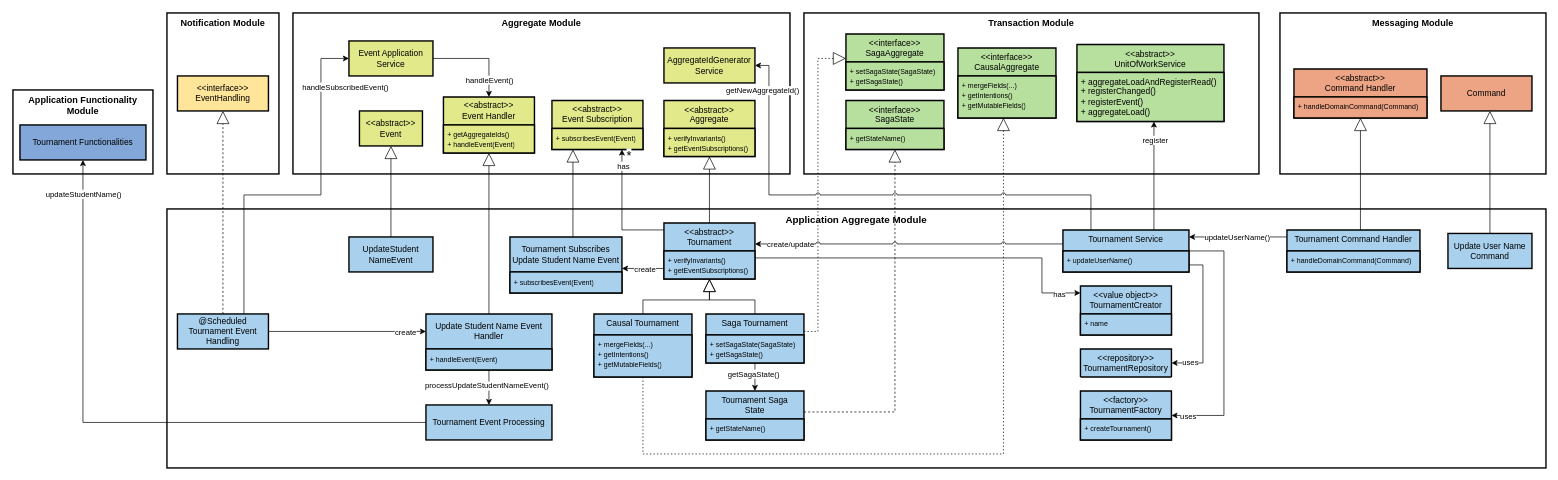
This is data/figs/architecture/layers/layers_app_aggregate.drawio from socialsoftware/microservices-simulator, a draw.io file, before an edit. Source tidied: cells renumbered, new cells numbered last; positions are measured from the earlier drawing's top-left corner, leaving out a move shared by most shapes. Both pictures are drawn from the tidied source at 70%, with x=0, y=0 at pixel (13, 13).
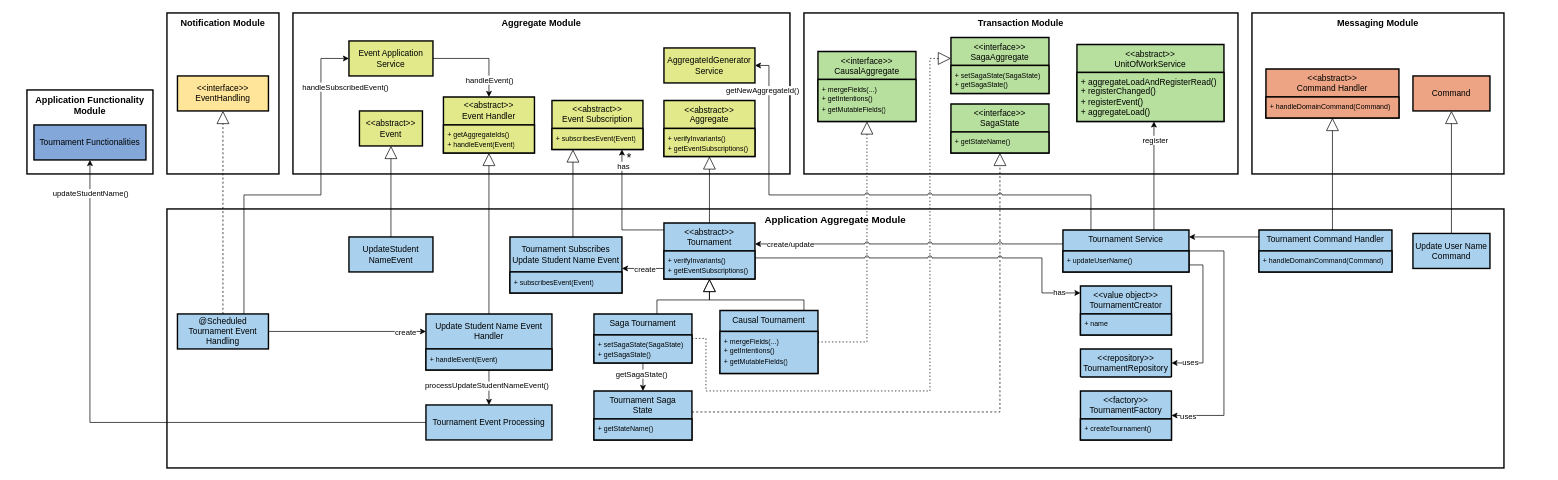
The same diagram, later.

The change refers to these unchanged cells:
```xml
<mxCell id="26" value="@Scheduled&#10;Tournament Event Handling" style="whiteSpace=wrap;strokeWidth=2;fillColor=#A9D1EE;strokeColor=#000000;labelBackgroundColor=none;fontColor=default;textShadow=0;labelBorderColor=none;" parent="1" vertex="1">
  <mxGeometry x="235" y="430" width="130" height="50" as="geometry" />
</mxCell>
<mxCell id="41" style="edgeStyle=orthogonalEdgeStyle;rounded=0;jettySize=auto;html=1;jumpStyle=arc;" parent="1" edge="1" source="87" target="85">
  <mxGeometry relative="1" as="geometry">
    <Array as="points">
      <mxPoint x="1760" y="320" />
      <mxPoint x="1760" y="320" />
    </Array>
  </mxGeometry>
</mxCell>
<mxCell id="45" value="&amp;lt;&amp;lt;abstract&amp;gt;&amp;gt;&lt;div&gt;Event Handler&lt;/div&gt;" style="swimlane;fontStyle=0;horizontal=1;startSize=40;whiteSpace=wrap;html=1;strokeWidth=2;fillColor=#E1E98B;" parent="1" vertex="1">
  <mxGeometry x="615" y="120" width="130" height="80" as="geometry" />
</mxCell>
<mxCell id="47" value="Update Student Name Event Handler" style="swimlane;fontStyle=0;horizontal=1;startSize=50;whiteSpace=wrap;html=1;strokeWidth=2;fillColor=#A9D1EE;" parent="1" vertex="1">
  <mxGeometry x="590" y="430" width="180" height="80" as="geometry" />
</mxCell>
<mxCell id="51" value="Tournament Subscribes Update Student Name Event" style="swimlane;fontStyle=0;horizontal=1;startSize=50;whiteSpace=wrap;html=1;strokeWidth=2;fillColor=#A9D1EE;" parent="1" vertex="1">
  <mxGeometry x="710" y="320" width="160" height="80" as="geometry" />
</mxCell>
<mxCell id="55" value="Event Application Service" style="whiteSpace=wrap;strokeWidth=2;fillColor=#E1E98B;strokeColor=#000000;" parent="1" vertex="1">
  <mxGeometry x="480" y="40" width="120" height="50" as="geometry" />
</mxCell>
<mxCell id="58" style="edgeStyle=orthogonalEdgeStyle;rounded=0;jettySize=auto;html=1;jumpStyle=arc;" parent="1" edge="1" source="65" target="49">
  <mxGeometry relative="1" as="geometry">
    <Array as="points">
      <mxPoint x="870" y="310" />
    </Array>
  </mxGeometry>
</mxCell>
<mxCell id="65" value="&amp;lt;&amp;lt;abstract&amp;gt;&amp;gt;&lt;div&gt;Tournament&lt;/div&gt;" style="swimlane;fontStyle=0;horizontal=1;startSize=40;whiteSpace=wrap;html=1;strokeWidth=2;fillColor=#A9D1EE;verticalAlign=top;" parent="1" vertex="1">
  <mxGeometry x="930" y="300" width="130" height="80" as="geometry" />
</mxCell>
<mxCell id="85" value="Tournament Service" style="swimlane;fontStyle=0;horizontal=1;startSize=30;whiteSpace=wrap;html=1;strokeWidth=2;fillColor=#A9D1EE;verticalAlign=top;" parent="1" vertex="1">
  <mxGeometry x="1500" y="310" width="180" height="60" as="geometry" />
</mxCell>
<mxCell id="93" value="&amp;lt;&amp;lt;value object&amp;gt;&amp;gt;&lt;div&gt;TournamentCreator&lt;/div&gt;" style="swimlane;fontStyle=0;horizontal=1;startSize=40;whiteSpace=wrap;html=1;strokeWidth=2;fillColor=#A9D1EE;verticalAlign=top;" parent="1" vertex="1">
  <mxGeometry x="1525" y="390" width="130" height="70" as="geometry" />
</mxCell>
<mxCell id="95" value="&amp;lt;&amp;lt;repository&amp;gt;&amp;gt;&lt;div&gt;TournamentRepository&lt;/div&gt;" style="swimlane;fontStyle=0;horizontal=1;startSize=40;whiteSpace=wrap;html=1;strokeWidth=2;fillColor=#A9D1EE;verticalAlign=top;" parent="1" vertex="1">
  <mxGeometry x="1525" y="480" width="130" height="40" as="geometry" />
</mxCell>
<mxCell id="96" value="&amp;lt;&amp;lt;factory&amp;gt;&amp;gt;&lt;div&gt;TournamentFactory&lt;/div&gt;" style="swimlane;fontStyle=0;horizontal=1;startSize=40;whiteSpace=wrap;html=1;strokeWidth=2;fillColor=#A9D1EE;verticalAlign=top;" parent="1" vertex="1">
  <mxGeometry x="1525" y="540" width="130" height="70" as="geometry" />
</mxCell>
```

What changed in the source:
```diff
@@
     <mxCell id="2" value="Application Functionality Module" style="whiteSpace=wrap;strokeWidth=2;verticalAlign=top;fontSize=13;fontStyle=1;" parent="1" vertex="1">
-      <mxGeometry y="110" width="200" height="120" as="geometry" />
+      <mxGeometry x="20" y="110" width="180" height="120" as="geometry" />
     </mxCell>
     <mxCell id="3" value="Tournament Functionalities" style="whiteSpace=wrap;strokeWidth=2;fillColor=#82A7D8;strokeColor=#000000;labelBackgroundColor=none;fontColor=default;textShadow=0;labelBorderColor=none;" parent="1" vertex="1">
-      <mxGeometry x="10" y="160" width="180" height="50" as="geometry" />
+      <mxGeometry x="30" y="160" width="160" height="50" as="geometry" />
     </mxCell>
@@
     <mxCell id="5" value="Transaction Module" style="whiteSpace=wrap;strokeWidth=2;verticalAlign=top;fontSize=13;fontStyle=1;" parent="1" vertex="1">
-      <mxGeometry x="1130" width="650" height="230" as="geometry" />
+      <mxGeometry x="1130" width="620" height="230" as="geometry" />
     </mxCell>
@@
     <mxCell id="7" value="Application Aggregate Module" style="whiteSpace=wrap;strokeWidth=2;verticalAlign=top;fontSize=14;fontStyle=1;" parent="1" vertex="1">
-      <mxGeometry x="220" y="280" width="1970" height="370" as="geometry" />
+      <mxGeometry x="220" y="280" width="1910" height="370" as="geometry" />
     </mxCell>
@@
     <mxCell id="12" style="startArrow=none;endArrow=block;rounded=0;edgeStyle=orthogonalEdgeStyle;endFill=0;jumpSize=6;endSize=16;jumpStyle=arc;" parent="1" edge="1" source="67">
       <mxGeometry relative="1" as="geometry">
         <mxPoint x="995" y="380" as="targetPoint" />
         <Array as="points">
-          <mxPoint x="1060" y="410" />
+          <mxPoint x="920" y="410" />
           <mxPoint x="995" y="410" />
         </Array>
       </mxGeometry>
     </mxCell>
     <mxCell id="13" style="startArrow=none;endArrow=block;rounded=0;edgeStyle=orthogonalEdgeStyle;endFill=0;jumpSize=16;endSize=16;jumpStyle=arc;" parent="1" edge="1" source="69" target="65">
       <mxGeometry relative="1" as="geometry">
         <Array as="points">
-          <mxPoint x="900" y="410" />
+          <mxPoint x="1130" y="410" />
           <mxPoint x="995" y="410" />
         </Array>
       </mxGeometry>
     </mxCell>
-    <mxCell id="14" style="dashed=1;dashPattern=2 3;startArrow=none;endArrow=block;rounded=0;edgeStyle=orthogonalEdgeStyle;endFill=0;endSize=16;jumpStyle=arc;" parent="1" edge="1" target="71">
+    <mxCell id="14" style="dashed=1;dashPattern=2 3;startArrow=none;endArrow=block;rounded=0;edgeStyle=orthogonalEdgeStyle;endFill=0;endSize=16;jumpStyle=arc;" parent="1" edge="1" source="67" target="71">
       <mxGeometry relative="1" as="geometry">
-        <mxPoint x="1130" y="455" as="sourcePoint" />
         <Array as="points">
-          <mxPoint x="1150" y="455" />
-          <mxPoint x="1150" y="65" />
+          <mxPoint x="990" y="465" />
+          <mxPoint x="990" y="540" />
+          <mxPoint x="1310" y="540" />
+          <mxPoint x="1310" y="65" />
         </Array>
       </mxGeometry>
     </mxCell>
     <mxCell id="15" style="dashed=1;dashPattern=2 3;startArrow=none;endArrow=block;rounded=0;edgeStyle=orthogonalEdgeStyle;endFill=0;endSize=16;jumpStyle=arc;" parent="1" edge="1" source="69" target="73">
       <mxGeometry relative="1" as="geometry">
         <Array as="points">
-          <mxPoint x="900" y="630" />
-          <mxPoint x="1415" y="630" />
+          <mxPoint x="1220" y="470" />
         </Array>
       </mxGeometry>
     </mxCell>
@@
-    <mxCell id="24" style="edgeStyle=orthogonalEdgeStyle;rounded=0;jettySize=auto;html=1;" parent="1" edge="1" source="26" target="47">
+    <mxCell id="24" style="edgeStyle=orthogonalEdgeStyle;rounded=0;jettySize=auto;html=1;jumpStyle=arc;" parent="1" edge="1" source="26" target="47">
       <mxGeometry relative="1" as="geometry">
         <Array as="points">
           <mxPoint x="420" y="455" />
           <mxPoint x="420" y="455" />
         </Array>
       </mxGeometry>
     </mxCell>
@@
     <mxCell id="27" style="edgeStyle=orthogonalEdgeStyle;rounded=0;jettySize=auto;html=1;endArrow=block;endFill=0;endSize=16;dashed=1;jumpStyle=arc;" parent="1" edge="1" source="75" target="77">
       <mxGeometry relative="1" as="geometry">
         <Array as="points">
-          <mxPoint x="1260" y="570" />
+          <mxPoint x="1410" y="570" />
         </Array>
       </mxGeometry>
     </mxCell>
@@
     <mxCell id="37" value="Messaging Module" style="whiteSpace=wrap;strokeWidth=2;verticalAlign=top;fontSize=13;fontStyle=1;" parent="1" vertex="1">
-      <mxGeometry x="1810" width="380" height="230" as="geometry" />
+      <mxGeometry x="1770" width="360" height="230" as="geometry" />
     </mxCell>
     <mxCell id="38" value="Command" style="whiteSpace=wrap;strokeWidth=2;fillColor=#ECA485;strokeColor=#000000;labelBackgroundColor=none;fontColor=default;textShadow=0;labelBorderColor=none;" parent="1" vertex="1">
-      <mxGeometry x="2040" y="90" width="130" height="50" as="geometry" />
+      <mxGeometry x="2000" y="90" width="110" height="50" as="geometry" />
     </mxCell>
     <mxCell id="39" value="Update User Name&#10;Command" style="whiteSpace=wrap;strokeWidth=2;fillColor=#A9D1EE;strokeColor=#000000;labelBackgroundColor=none;fontColor=default;textShadow=0;labelBorderColor=none;" parent="1" vertex="1">
-      <mxGeometry x="2050" y="315" width="120" height="50" as="geometry" />
+      <mxGeometry x="2000" y="315" width="110" height="50" as="geometry" />
     </mxCell>
     <mxCell id="40" style="edgeStyle=orthogonalEdgeStyle;rounded=0;jettySize=auto;html=1;endArrow=block;endFill=0;endSize=16;jumpStyle=arc;" parent="1" edge="1" source="39" target="38">
       <mxGeometry relative="1" as="geometry">
         <Array as="points">
-          <mxPoint x="2110" y="220" />
-          <mxPoint x="2110" y="220" />
+          <mxPoint x="2055" y="220" />
+          <mxPoint x="2055" y="220" />
         </Array>
       </mxGeometry>
     </mxCell>
@@
-    <mxCell id="42" value="updateUserName()" style="edgeLabel;html=1;align=center;verticalAlign=middle;" parent="41" vertex="1">
-      <mxGeometry x="0.82" y="2" relative="1" as="geometry">
-        <mxPoint x="55" y="-2" as="offset" />
-      </mxGeometry>
-    </mxCell>
     <mxCell id="43" style="edgeStyle=orthogonalEdgeStyle;rounded=0;jettySize=auto;html=1;endArrow=block;endFill=0;endSize=16;jumpStyle=arc;" parent="1" edge="1" source="87" target="89">
       <mxGeometry relative="1" as="geometry">
         <Array as="points">
-          <mxPoint x="1925" y="240" />
-          <mxPoint x="1925" y="240" />
+          <mxPoint x="1885" y="240" />
+          <mxPoint x="1885" y="240" />
         </Array>
       </mxGeometry>
     </mxCell>
@@
-    <mxCell id="53" style="edgeStyle=orthogonalEdgeStyle;rounded=0;jettySize=auto;html=1;" parent="1" edge="1" source="55" target="45">
+    <mxCell id="53" style="edgeStyle=orthogonalEdgeStyle;rounded=0;jettySize=auto;html=1;jumpStyle=arc;" parent="1" edge="1" source="55" target="45">
       <mxGeometry relative="1" as="geometry" />
     </mxCell>
@@
-    <mxCell id="60" value="*" style="edgeLabel;html=1;align=center;verticalAlign=middle;fontSize=18;" parent="58" vertex="1">
+    <mxCell id="60" value="*" style="edgeLabel;html=1;align=center;verticalAlign=middle;fontSize=18;labelBackgroundColor=none;" parent="58" vertex="1">
       <mxGeometry x="0.9" y="1" relative="1" as="geometry">
-        <mxPoint x="10" y="-1" as="offset" />
+        <mxPoint x="10" y="3" as="offset" />
       </mxGeometry>
     </mxCell>
-    <mxCell id="61" style="edgeStyle=orthogonalEdgeStyle;rounded=0;jettySize=auto;html=1;" parent="1" edge="1" source="65" target="51">
+    <mxCell id="61" style="edgeStyle=orthogonalEdgeStyle;rounded=0;jettySize=auto;html=1;jumpStyle=arc;" parent="1" edge="1" source="65" target="51">
       <mxGeometry relative="1" as="geometry">
         <Array as="points">
           <mxPoint x="900" y="365" />
           <mxPoint x="900" y="365" />
         </Array>
       </mxGeometry>
     </mxCell>
@@
-    <mxCell id="63" style="edgeStyle=orthogonalEdgeStyle;rounded=0;jettySize=auto;html=1;" parent="1" edge="1" source="65" target="93">
+    <mxCell id="63" style="edgeStyle=orthogonalEdgeStyle;rounded=0;jettySize=auto;html=1;jumpStyle=arc;" parent="1" edge="1" source="65" target="93">
       <mxGeometry relative="1" as="geometry">
         <Array as="points">
           <mxPoint x="1470" y="350" />
           <mxPoint x="1470" y="400" />
         </Array>
       </mxGeometry>
     </mxCell>
     <mxCell id="64" value="has" style="edgeLabel;html=1;align=center;verticalAlign=middle;" parent="63" vertex="1">
-      <mxGeometry x="0.88" y="-1" relative="1" as="geometry" />
+      <mxGeometry x="0.88" y="-1" relative="1" as="geometry">
+        <mxPoint y="-2" as="offset" />
+      </mxGeometry>
     </mxCell>
@@
     <mxCell id="67" value="Saga Tournament" style="swimlane;fontStyle=0;horizontal=1;startSize=30;whiteSpace=wrap;html=1;strokeWidth=2;fillColor=#A9D1EE;verticalAlign=top;" parent="1" vertex="1">
-      <mxGeometry x="990" y="430" width="140" height="70" as="geometry" />
+      <mxGeometry x="830" y="430" width="140" height="70" as="geometry" />
     </mxCell>
@@
     <mxCell id="69" value="Causal Tournament" style="swimlane;fontStyle=0;horizontal=1;startSize=30;whiteSpace=wrap;html=1;strokeWidth=2;fillColor=#A9D1EE;verticalAlign=top;" parent="1" vertex="1">
-      <mxGeometry x="830" y="430" width="140" height="90" as="geometry" />
+      <mxGeometry x="1010" y="425" width="140" height="90" as="geometry" />
     </mxCell>
@@
     <mxCell id="71" value="&amp;lt;&amp;lt;interface&amp;gt;&amp;gt;&lt;div&gt;SagaAggregate&lt;/div&gt;" style="swimlane;fontStyle=0;horizontal=1;startSize=40;whiteSpace=wrap;html=1;strokeWidth=2;fillColor=#B7DF9E;verticalAlign=top;" parent="1" vertex="1">
-      <mxGeometry x="1190" y="30" width="140" height="80" as="geometry" />
+      <mxGeometry x="1340" y="35" width="140" height="80" as="geometry" />
     </mxCell>
@@
     <mxCell id="73" value="&amp;lt;&amp;lt;interface&amp;gt;&amp;gt;&lt;div&gt;CausalAggregate&lt;/div&gt;" style="swimlane;fontStyle=0;horizontal=1;startSize=40;whiteSpace=wrap;html=1;strokeWidth=2;fillColor=#B7DF9E;verticalAlign=top;" parent="1" vertex="1">
-      <mxGeometry x="1350" y="50" width="140" height="100" as="geometry" />
+      <mxGeometry x="1150" y="55" width="140" height="100" as="geometry" />
     </mxCell>
@@
     <mxCell id="75" value="Tournament Saga&lt;div&gt;State&lt;/div&gt;" style="swimlane;fontStyle=0;horizontal=1;startSize=40;whiteSpace=wrap;html=1;strokeWidth=2;fillColor=#A9D1EE;verticalAlign=top;" parent="1" vertex="1">
-      <mxGeometry x="990" y="540" width="140" height="70" as="geometry" />
+      <mxGeometry x="830" y="540" width="140" height="70" as="geometry" />
     </mxCell>
@@
     <mxCell id="77" value="&amp;lt;&amp;lt;interface&amp;gt;&amp;gt;&lt;div&gt;SagaState&lt;/div&gt;" style="swimlane;fontStyle=0;horizontal=1;startSize=40;whiteSpace=wrap;html=1;strokeWidth=2;fillColor=#B7DF9E;verticalAlign=top;" parent="1" vertex="1">
-      <mxGeometry x="1190" y="125" width="140" height="70" as="geometry" />
+      <mxGeometry x="1340" y="130" width="140" height="70" as="geometry" />
     </mxCell>
@@
-    <mxCell id="81" style="edgeStyle=orthogonalEdgeStyle;rounded=0;jettySize=auto;html=1;" parent="1" edge="1" source="85" target="95">
+    <mxCell id="81" style="edgeStyle=orthogonalEdgeStyle;rounded=0;jettySize=auto;html=1;jumpStyle=arc;" parent="1" edge="1" source="85" target="95">
       <mxGeometry relative="1" as="geometry">
         <Array as="points">
           <mxPoint x="1700" y="360" />
           <mxPoint x="1700" y="500" />
         </Array>
       </mxGeometry>
     </mxCell>
@@
-    <mxCell id="83" style="edgeStyle=orthogonalEdgeStyle;rounded=0;jettySize=auto;html=1;" parent="1" edge="1" source="85" target="96">
+    <mxCell id="83" style="edgeStyle=orthogonalEdgeStyle;rounded=0;jettySize=auto;html=1;jumpStyle=arc;" parent="1" edge="1" source="85" target="96">
       <mxGeometry relative="1" as="geometry">
         <Array as="points">
           <mxPoint x="1730" y="340" />
           <mxPoint x="1730" y="575" />
         </Array>
       </mxGeometry>
     </mxCell>
@@
     <mxCell id="87" value="Tournament Command Handler" style="swimlane;fontStyle=0;horizontal=1;startSize=30;whiteSpace=wrap;html=1;strokeWidth=2;fillColor=#A9D1EE;verticalAlign=top;" parent="1" vertex="1">
-      <mxGeometry x="1820" y="310" width="190" height="60" as="geometry" />
+      <mxGeometry x="1780" y="310" width="190" height="60" as="geometry" />
     </mxCell>
@@
     <mxCell id="89" value="&amp;lt;&amp;lt;abstract&amp;gt;&amp;gt;&lt;div&gt;Command Handler&lt;/div&gt;" style="swimlane;fontStyle=0;horizontal=1;startSize=40;whiteSpace=wrap;html=1;strokeWidth=2;fillColor=#ECA485;verticalAlign=top;" parent="1" vertex="1">
-      <mxGeometry x="1830" y="80" width="190" height="70" as="geometry" />
+      <mxGeometry x="1790" y="80" width="190" height="70" as="geometry" />
     </mxCell>
```
